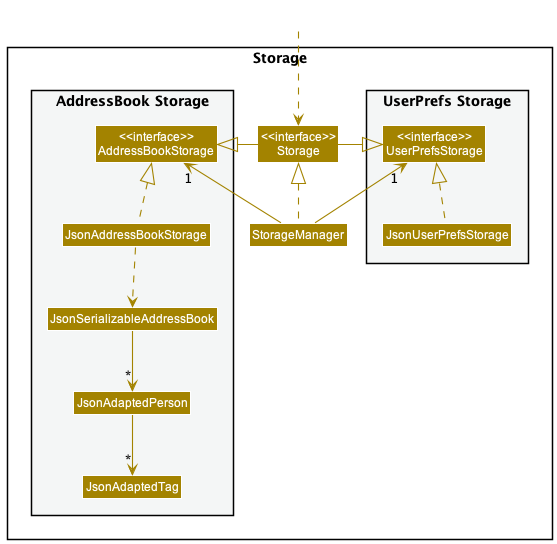
Before: docs/images/StorageClassDiagram.png, a diagram exported from PlantUML (nus-cs2103-AY2223S1/tp).
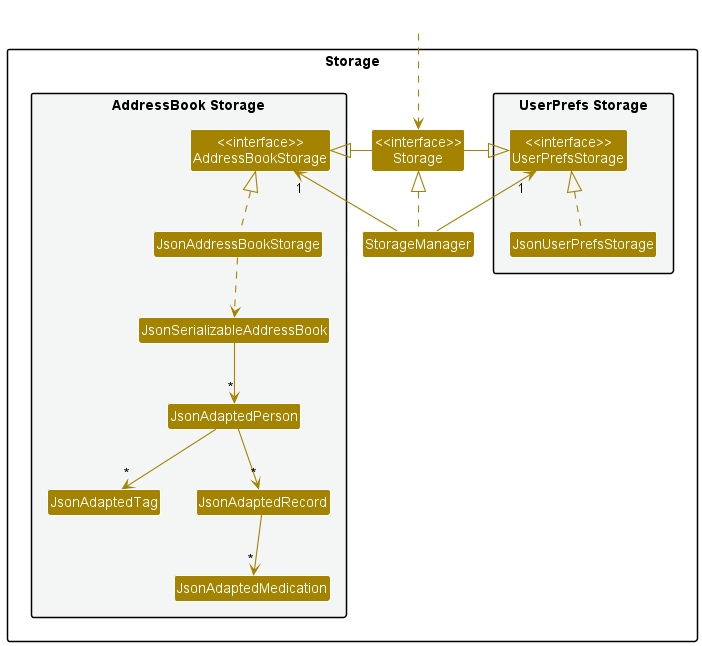
After the commit.

Diff of the diagram source:
```diff
@@ -20,6 +20,8 @@
 Class JsonSerializableAddressBook
 Class JsonAdaptedPerson
 Class JsonAdaptedTag
+Class JsonAdaptedRecord
+Class JsonAdaptedMedication
 }
 
 }
@@ -39,5 +41,7 @@
 JsonAddressBookStorage ..> JsonSerializableAddressBook
 JsonSerializableAddressBook --> "*" JsonAdaptedPerson
 JsonAdaptedPerson --> "*" JsonAdaptedTag
+JsonAdaptedPerson --> "*" JsonAdaptedRecord
+JsonAdaptedRecord --> "*" JsonAdaptedMedication
 
 @enduml
```
